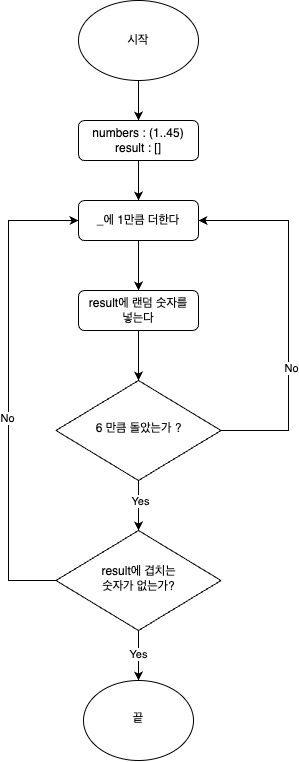
This is CodeStarterCamp_Week2/step1_순서도.png from yagom-academy/swift-starter-Round2, a draw.io export, as it was before one commit. Source tidied: cells renumbered, new cells last; positions are measured from the earlier drawing's top-left corner, leaving out a move shared by most shapes.
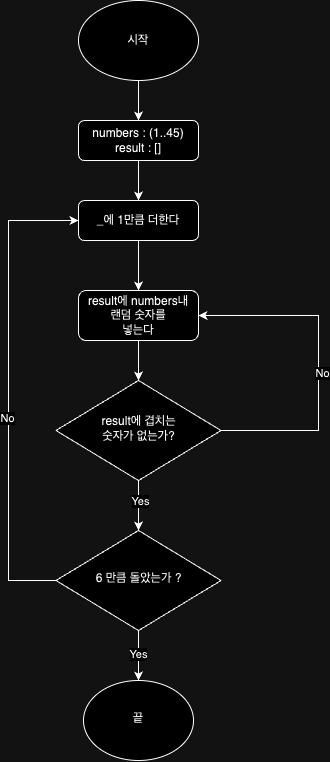
After the commit.

Commit message:
순서도 수정

The edit, as a diff of the source:
```diff
@@ -20,24 +20,24 @@
     <mxCell id="7" value="_에 1만큼 더한다" style="rounded=1;whiteSpace=wrap;html=1;fontSize=12;glass=0;strokeWidth=1;shadow=0;" parent="1" vertex="1">
       <mxGeometry x="70" y="200" width="120" height="40" as="geometry" />
     </mxCell>
-    <mxCell id="8" style="edgeStyle=orthogonalEdgeStyle;rounded=0;jettySize=auto;html=1;entryX=1;entryY=0.5;entryDx=0;entryDy=0;" parent="1" edge="1" source="12" target="7">
-      <mxGeometry relative="1" as="geometry">
-        <Array as="points">
-          <mxPoint x="280" y="430" />
-          <mxPoint x="280" y="220" />
-        </Array>
-      </mxGeometry>
-    </mxCell>
-    <mxCell id="9" value="No" style="edgeLabel;html=1;align=center;verticalAlign=middle;" parent="8" vertex="1">
-      <mxGeometry x="-0.29" y="-2" relative="1" as="geometry" />
-    </mxCell>
     <mxCell id="10" style="edgeStyle=orthogonalEdgeStyle;rounded=0;jettySize=auto;html=1;" parent="1" edge="1" source="12" target="16">
       <mxGeometry relative="1" as="geometry" />
     </mxCell>
     <mxCell id="11" value="Yes" style="edgeLabel;html=1;align=center;verticalAlign=middle;" parent="10" vertex="1">
       <mxGeometry x="-0.2" y="1" relative="1" as="geometry" />
     </mxCell>
+    <mxCell id="21" style="edgeStyle=orthogonalEdgeStyle;rounded=0;jettySize=auto;html=1;entryX=1;entryY=0.5;entryDx=0;entryDy=0;" parent="1" edge="1" source="12" target="20">
+      <mxGeometry relative="1" as="geometry">
+        <Array as="points">
+          <mxPoint x="310" y="430" />
+          <mxPoint x="310" y="315" />
+        </Array>
+      </mxGeometry>
+    </mxCell>
+    <mxCell id="9" value="No" style="edgeLabel;html=1;align=center;verticalAlign=middle;" parent="21" vertex="1">
+      <mxGeometry x="-0.07" y="-3" relative="1" as="geometry" />
+    </mxCell>
-    <mxCell id="12" value="6 만큼 돌았는가 ?" style="rhombus;whiteSpace=wrap;html=1;shadow=0;fontFamily=Helvetica;fontSize=12;align=center;strokeWidth=1;spacing=6;spacingTop=-4;" parent="1" vertex="1">
+    <mxCell id="12" value="result에 겹치는&lt;br style=&quot;border-color: var(--border-color);&quot;&gt;&lt;span style=&quot;border-color: var(--border-color);&quot;&gt;숫자가 없는가?&lt;/span&gt;" style="rhombus;whiteSpace=wrap;html=1;shadow=0;fontFamily=Helvetica;fontSize=12;align=center;strokeWidth=1;spacing=6;spacingTop=-4;" parent="1" vertex="1">
       <mxGeometry x="47.5" y="380" width="165" height="100" as="geometry" />
     </mxCell>
     <mxCell id="13" value="끝" style="ellipse;whiteSpace=wrap;html=1;shadow=0;strokeWidth=1;spacing=6;spacingTop=-4;" parent="1" vertex="1">
@@ -49,7 +49,7 @@
     <mxCell id="15" value="Yes" style="edgeLabel;html=1;align=center;verticalAlign=middle;" parent="14" vertex="1">
       <mxGeometry x="-0.08" y="-1" relative="1" as="geometry" />
     </mxCell>
-    <mxCell id="16" value="result에 겹치는 &lt;br&gt;숫자가 없는가?" style="rhombus;whiteSpace=wrap;html=1;shadow=0;fontFamily=Helvetica;fontSize=12;align=center;strokeWidth=1;spacing=6;spacingTop=-4;" parent="1" vertex="1">
+    <mxCell id="16" value="6 만큼 돌았는가 ?" style="rhombus;whiteSpace=wrap;html=1;shadow=0;fontFamily=Helvetica;fontSize=12;align=center;strokeWidth=1;spacing=6;spacingTop=-4;" parent="1" vertex="1">
       <mxGeometry x="47.5" y="530" width="165" height="100" as="geometry" />
     </mxCell>
     <mxCell id="17" style="endArrow=classic;html=1;rounded=0;exitX=0;exitY=0.5;exitDx=0;exitDy=0;entryX=0;entryY=0.5;entryDx=0;entryDy=0;" parent="1" edge="1" source="16" target="7">
@@ -66,8 +66,8 @@
     <mxCell id="19" style="edgeStyle=orthogonalEdgeStyle;rounded=0;jettySize=auto;html=1;" parent="1" edge="1" source="20" target="12">
       <mxGeometry relative="1" as="geometry" />
     </mxCell>
-    <mxCell id="20" value="result에 랜덤 숫자를 &lt;br&gt;넣는다" style="rounded=1;whiteSpace=wrap;html=1;fontSize=12;glass=0;strokeWidth=1;shadow=0;" parent="1" vertex="1">
-      <mxGeometry x="70" y="290" width="120" height="40" as="geometry" />
+    <mxCell id="20" value="result에 numbers내&lt;br&gt;랜덤 숫자를 &lt;br&gt;넣는다" style="rounded=1;whiteSpace=wrap;html=1;fontSize=12;glass=0;strokeWidth=1;shadow=0;" parent="1" vertex="1">
+      <mxGeometry x="70" y="290" width="120" height="50" as="geometry" />
     </mxCell>
   </root>
 </mxGraphModel>
```
